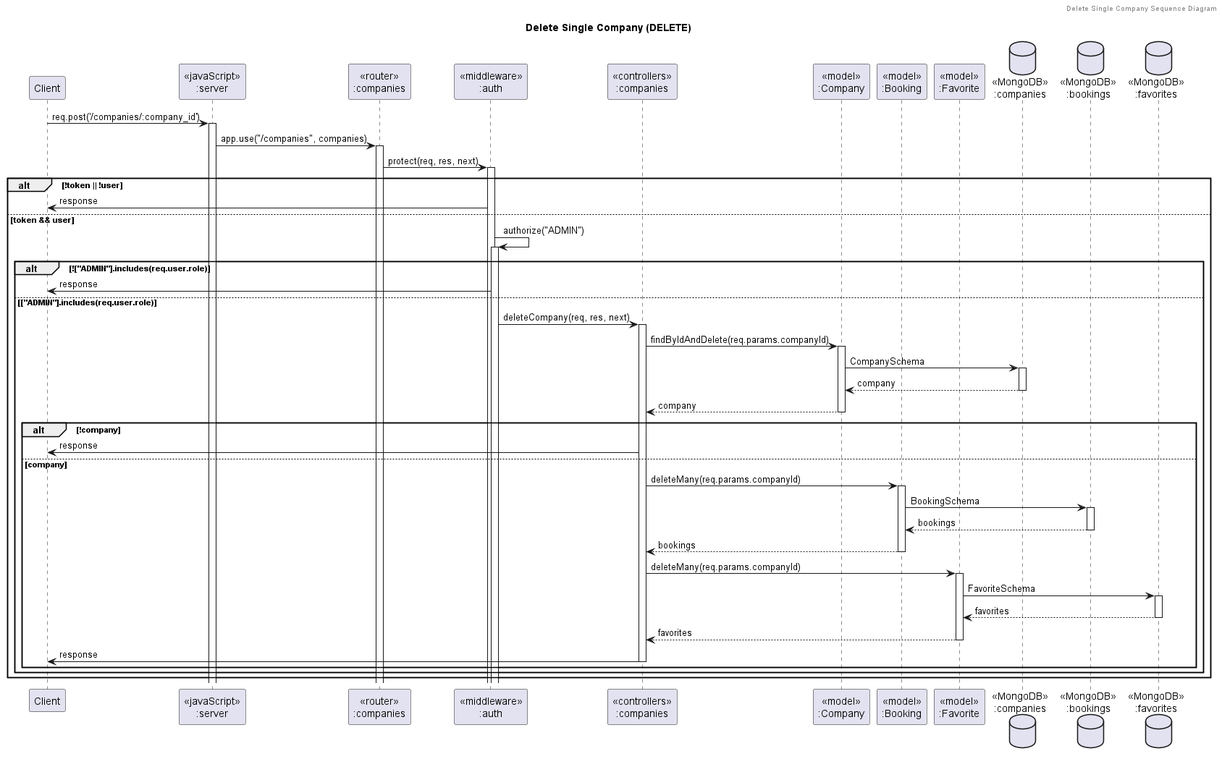
Above: out/diagrams/sequence_diagram/company/delete_single_company/Delete Single Company (DELETE).png in its144prelationship-study/swdevprac-project (PlantUML), before the change.
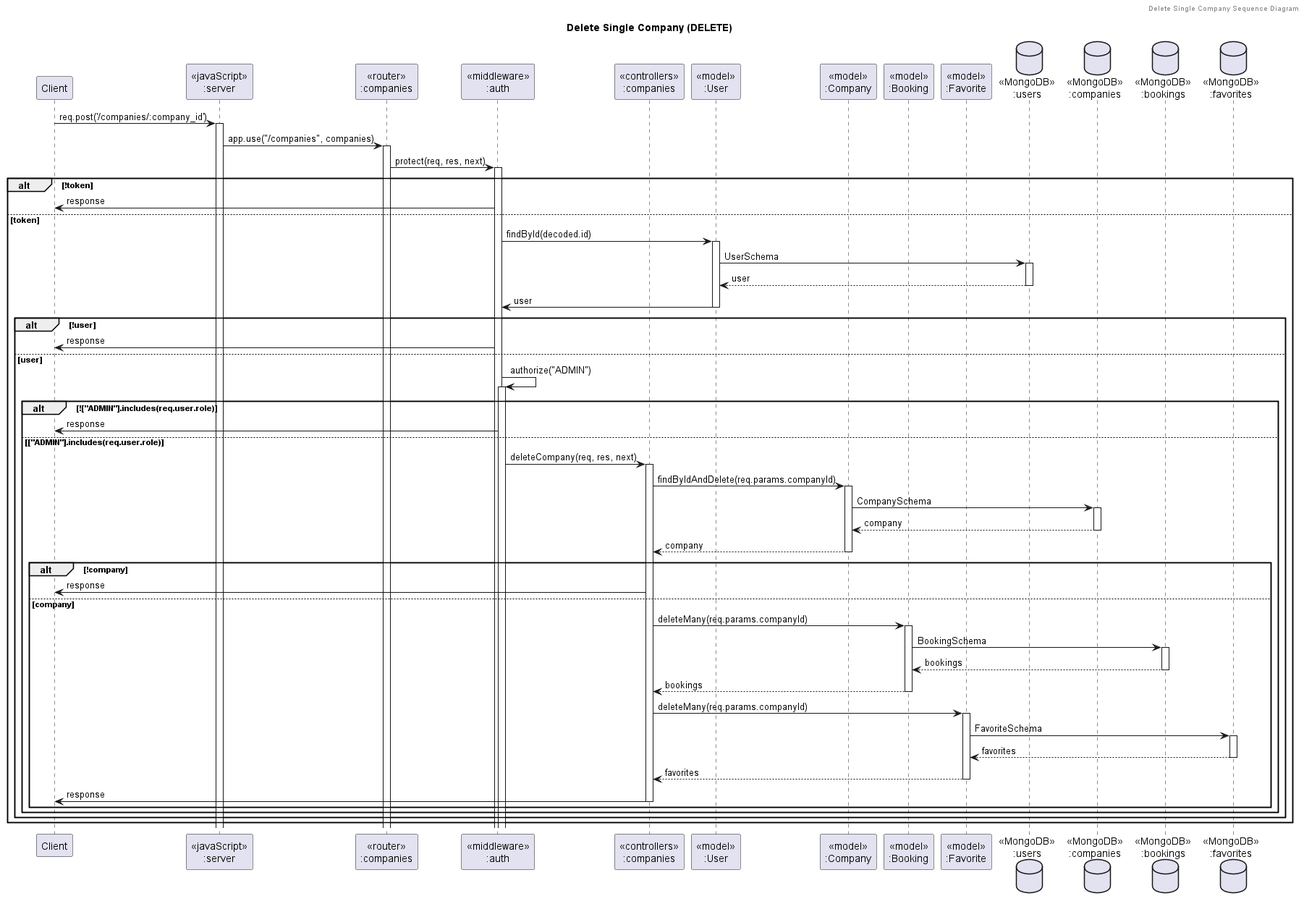
The same file after the commit.

The edit, as a diff of the source:
```diff
@@ -8,9 +8,11 @@
 participant "<<router>>\n:companies" as routerCompanies
 participant "<<middleware>>\n:auth" as authMiddleware
 participant "<<controllers>>\n:companies" as controllersCompanies
+participant "<<model>>\n:User" as modelUser
 participant "<<model>>\n:Company" as modelCompanies
 participant "<<model>>\n:Booking" as modelBookings
 participant "<<model>>\n:Favorite" as modelFavorites
+database "<<MongoDB>>\n:users" as UsersDatabase
 database "<<MongoDB>>\n:companies" as CompaniesDatabase
 database "<<MongoDB>>\n:bookings" as BookingsDatabase
 database "<<MongoDB>>\n:favorites" as FavoritesDatabase
@@ -18,30 +20,38 @@
 client -> server ++:req.post('/companies/:company_id')
 server -> routerCompanies ++:app.use("/companies", companies)
 routerCompanies -> authMiddleware ++:protect(req, res, next)
-alt !token || !user
+alt !token
     authMiddleware -> client :response
-else token && user
-    authMiddleware -> authMiddleware ++:authorize("ADMIN")
-    alt !["ADMIN"].includes(req.user.role)
+else token
+    authMiddleware -> modelUser ++:findById(decoded.id)
+    modelUser -> UsersDatabase ++: UserSchema
+    UsersDatabase --> modelUser --: user
+    modelUser -> authMiddleware --: user
+    alt !user
         authMiddleware -> client :response
-    else ["ADMIN"].includes(req.user.role)
-        authMiddleware -> controllersCompanies ++:deleteCompany(req, res, next)
-        controllersCompanies -> modelCompanies ++:findByIdAndDelete(req.params.companyId)
-        modelCompanies -> CompaniesDatabase ++: CompanySchema
-        CompaniesDatabase --> modelCompanies --: company
-        controllersCompanies <-- modelCompanies --: company
-        alt !company
-            controllersCompanies -> client : response
-        else company
-            controllersCompanies -> modelBookings ++:deleteMany(req.params.companyId)
-            modelBookings -> BookingsDatabase ++: BookingSchema
-            BookingsDatabase --> modelBookings --: bookings
-            controllersCompanies <-- modelBookings --: bookings
-            controllersCompanies -> modelFavorites ++:deleteMany(req.params.companyId)
-            modelFavorites -> FavoritesDatabase ++: FavoriteSchema
-            FavoritesDatabase --> modelFavorites --: favorites
-            controllersCompanies <-- modelFavorites --: favorites
-            controllersCompanies -> client --: response
+    else user
+        authMiddleware -> authMiddleware ++:authorize("ADMIN")
+        alt !["ADMIN"].includes(req.user.role)
+            authMiddleware -> client :response
+        else ["ADMIN"].includes(req.user.role)
+            authMiddleware -> controllersCompanies ++:deleteCompany(req, res, next)
+            controllersCompanies -> modelCompanies ++:findByIdAndDelete(req.params.companyId)
+            modelCompanies -> CompaniesDatabase ++: CompanySchema
+            CompaniesDatabase --> modelCompanies --: company
+            controllersCompanies <-- modelCompanies --: company
+            alt !company
+                controllersCompanies -> client : response
+            else company
+                controllersCompanies -> modelBookings ++:deleteMany(req.params.companyId)
+                modelBookings -> BookingsDatabase ++: BookingSchema
+                BookingsDatabase --> modelBookings --: bookings
+                controllersCompanies <-- modelBookings --: bookings
+                controllersCompanies -> modelFavorites ++:deleteMany(req.params.companyId)
+                modelFavorites -> FavoritesDatabase ++: FavoriteSchema
+                FavoritesDatabase --> modelFavorites --: favorites
+                controllersCompanies <-- modelFavorites --: favorites
+                controllersCompanies -> client --: response
+            end
         end
     end
 end
```
